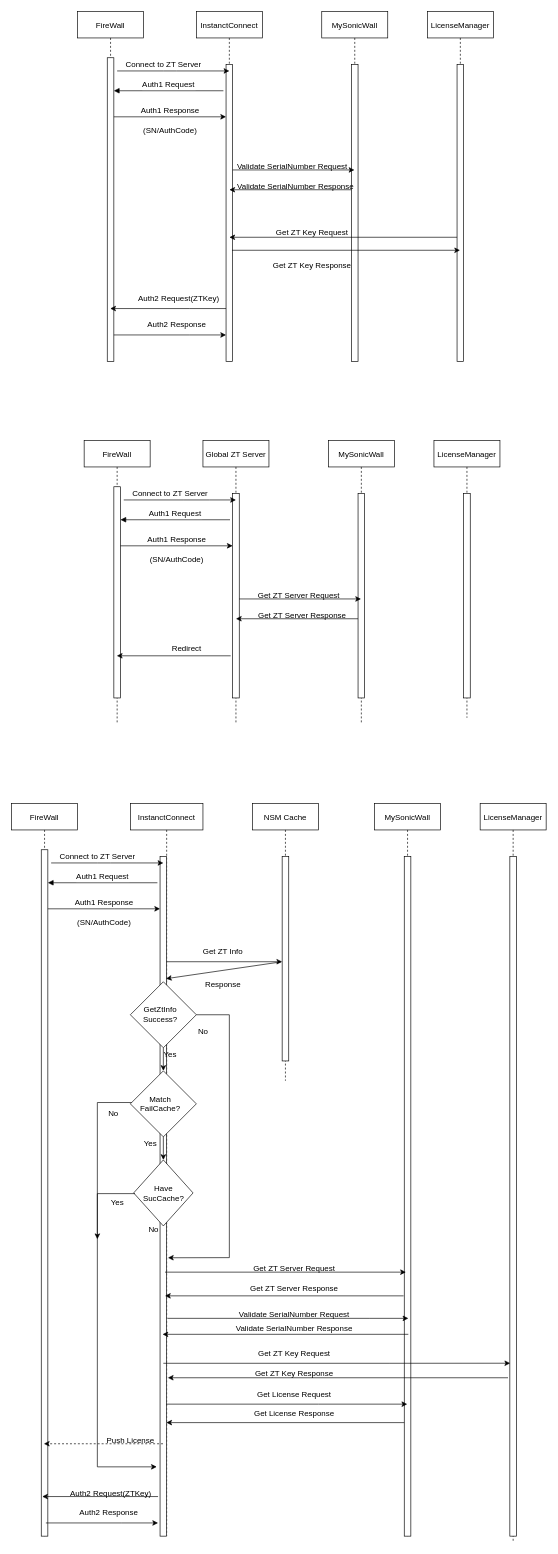
This is 未命名绘图.drawio from Phoebuz/Phoebuz.github.io, a draw.io file, before an edit. Source tidied: cells renumbered, new cells numbered last; positions are measured from the earlier drawing's top-left corner, leaving out a move shared by most shapes. Both pictures are drawn from the tidied source at 66%, with x=0, y=0 at pixel (11, 11).
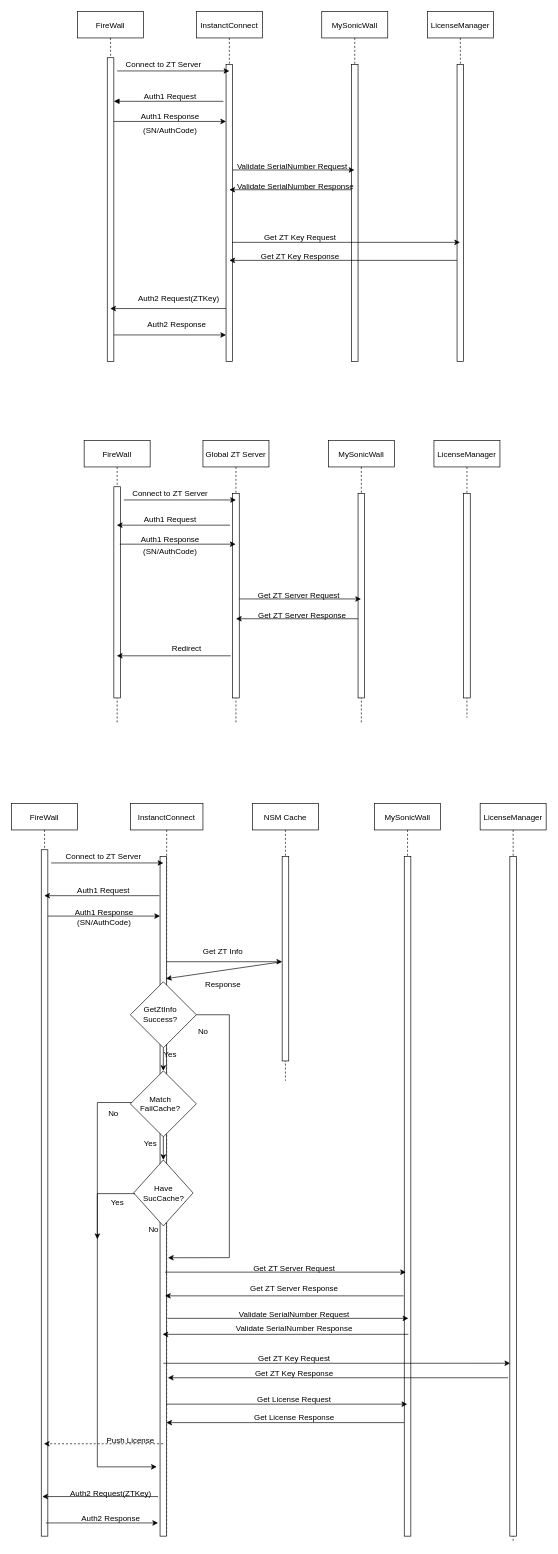
After the change.

Unchanged cells that the change refers to:
```xml
<mxCell id="2" value="FireWall" style="shape=umlLifeline;perimeter=lifelinePerimeter;rounded=0;shadow=0;strokeWidth=1;" parent="1" vertex="1">
  <mxGeometry x="100" width="100" height="530" as="geometry" />
</mxCell>
<mxCell id="5" value="InstanctConnect" style="shape=umlLifeline;perimeter=lifelinePerimeter;rounded=0;shadow=0;strokeWidth=1;" parent="1" vertex="1">
  <mxGeometry x="280" width="100" height="530" as="geometry" />
</mxCell>
<mxCell id="6" style="points=[];perimeter=orthogonalPerimeter;rounded=0;shadow=0;strokeWidth=1;" parent="5" vertex="1">
  <mxGeometry x="45" y="80" width="10" height="450" as="geometry" />
</mxCell>
<mxCell id="8" value="LicenseManager" style="shape=umlLifeline;perimeter=lifelinePerimeter;rounded=0;shadow=0;strokeWidth=1;" parent="1" vertex="1">
  <mxGeometry x="630" width="100" height="530" as="geometry" />
</mxCell>
<mxCell id="9" style="points=[];perimeter=orthogonalPerimeter;rounded=0;shadow=0;strokeWidth=1;" parent="8" vertex="1">
  <mxGeometry x="45" y="80" width="10" height="450" as="geometry" />
</mxCell>
<mxCell id="13" value="MySonicWall" style="shape=umlLifeline;perimeter=lifelinePerimeter;rounded=0;shadow=0;strokeWidth=1;" parent="1" vertex="1">
  <mxGeometry x="470" width="100" height="530" as="geometry" />
</mxCell>
<mxCell id="28" value="FireWall" style="shape=umlLifeline;perimeter=lifelinePerimeter;rounded=0;shadow=0;strokeWidth=1;" parent="1" vertex="1">
  <mxGeometry x="110" y="650" width="100" height="430" as="geometry" />
</mxCell>
<mxCell id="31" value="Global ZT Server" style="shape=umlLifeline;perimeter=lifelinePerimeter;rounded=0;shadow=0;strokeWidth=1;" parent="1" vertex="1">
  <mxGeometry x="290" y="650" width="100" height="430" as="geometry" />
</mxCell>
<mxCell id="32" style="points=[];perimeter=orthogonalPerimeter;rounded=0;shadow=0;strokeWidth=1;" parent="31" vertex="1">
  <mxGeometry x="45" y="80" width="10" height="310" as="geometry" />
</mxCell>
<mxCell id="48" value="FireWall" style="shape=umlLifeline;perimeter=lifelinePerimeter;rounded=0;shadow=0;strokeWidth=1;" parent="1" vertex="1">
  <mxGeometry y="1200" width="100" height="1110" as="geometry" />
</mxCell>
<mxCell id="51" value="InstanctConnect" style="shape=umlLifeline;perimeter=lifelinePerimeter;rounded=0;shadow=0;strokeWidth=1;" parent="1" vertex="1">
  <mxGeometry x="180" y="1200" width="110" height="1110" as="geometry" />
</mxCell>
<mxCell id="52" style="points=[];perimeter=orthogonalPerimeter;rounded=0;shadow=0;strokeWidth=1;" parent="51" vertex="1">
  <mxGeometry x="45" y="80" width="10" height="1030" as="geometry" />
</mxCell>
<mxCell id="72" value="MySonicWall" style="shape=umlLifeline;perimeter=lifelinePerimeter;rounded=0;shadow=0;strokeWidth=1;" parent="1" vertex="1">
  <mxGeometry x="550" y="1200" width="100" height="1110" as="geometry" />
</mxCell>
```

Change to the diagram source:
```diff
@@
-    <mxCell id="4" value="Auth1 Request" style="verticalAlign=bottom;endArrow=block;entryX=-0.1;entryY=-0.012;shadow=0;strokeWidth=1;entryDx=0;entryDy=0;entryPerimeter=0;fontSize=12;" parent="2" edge="1">
+    <mxCell id="4" style="verticalAlign=bottom;endArrow=block;entryX=-0.1;entryY=-0.012;shadow=0;strokeWidth=1;entryDx=0;entryDy=0;entryPerimeter=0;fontSize=12;" parent="2" edge="1">
       <mxGeometry relative="1" as="geometry">
-        <mxPoint x="221" y="120" as="sourcePoint" />
-        <mxPoint x="55" y="120" as="targetPoint" />
+        <mxPoint x="221" y="136" as="sourcePoint" />
+        <mxPoint x="55" y="136" as="targetPoint" />
       </mxGeometry>
     </mxCell>
@@
-    <mxCell id="7" style="endArrow=classic;html=1;rounded=0;" parent="5" edge="1" target="6">
+    <mxCell id="7" style="endArrow=classic;html=1;rounded=0;" parent="5" edge="1">
       <mxGeometry relative="1" as="geometry">
-        <mxPoint x="-125" y="159.5" as="sourcePoint" />
+        <mxPoint x="-125" y="166.5" as="sourcePoint" />
+        <mxPoint x="45" y="166.5" as="targetPoint" />
         <Array as="points">
-          <mxPoint x="-24.5" y="159.5" />
+          <mxPoint x="-24.5" y="166.5" />
         </Array>
       </mxGeometry>
     </mxCell>
@@
-    <mxCell id="12" value="Auth1 Response" style="text;html=1;align=center;verticalAlign=middle;strokeColor=none;fillColor=none;" parent="1" vertex="1">
-      <mxGeometry x="185" y="135" width="110" height="30" as="geometry" />
-    </mxCell>
@@
     <mxCell id="15" value="Get ZT Key Response" style="text;html=1;align=center;verticalAlign=middle;strokeColor=none;fillColor=none;fontSize=12;" parent="13" vertex="1">
-      <mxGeometry x="-85" y="370" width="140" height="30" as="geometry" />
+      <mxGeometry x="-103" y="357" width="140" height="30" as="geometry" />
     </mxCell>
     <mxCell id="16" value="Get ZT Key Request" style="text;html=1;align=center;verticalAlign=middle;strokeColor=none;fillColor=none;fontSize=12;" parent="13" vertex="1">
-      <mxGeometry x="-80" y="320" width="130" height="30" as="geometry" />
+      <mxGeometry x="-98" y="327" width="130" height="30" as="geometry" />
     </mxCell>
@@
-    <mxCell id="18" style="endArrow=classic;html=1;rounded=0;fontSize=12;" parent="1" edge="1" source="9">
+    <mxCell id="18" style="endArrow=classic;html=1;rounded=0;fontSize=12;" parent="1" edge="1">
       <mxGeometry relative="1" as="geometry">
-        <mxPoint x="330" y="342" as="targetPoint" />
+        <mxPoint x="675" y="377" as="sourcePoint" />
+        <mxPoint x="330" y="377" as="targetPoint" />
       </mxGeometry>
     </mxCell>
@@
-    <mxCell id="22" style="endArrow=classic;html=1;rounded=0;fontSize=12;exitX=0.9;exitY=0.626;exitDx=0;exitDy=0;exitPerimeter=0;" parent="1" edge="1" source="6" target="8">
-      <mxGeometry relative="1" as="geometry" />
+    <mxCell id="22" style="endArrow=classic;html=1;rounded=0;fontSize=12;exitX=0.9;exitY=0.626;exitDx=0;exitDy=0;exitPerimeter=0;" parent="1" edge="1">
+      <mxGeometry relative="1" as="geometry">
+        <mxPoint x="334" y="349.7" as="sourcePoint" />
+        <mxPoint x="679.5" y="349.7" as="targetPoint" />
+      </mxGeometry>
     </mxCell>
@@
-    <mxCell id="30" value="Auth1 Request" style="verticalAlign=bottom;endArrow=block;entryX=-0.1;entryY=-0.012;shadow=0;strokeWidth=1;entryDx=0;entryDy=0;entryPerimeter=0;fontSize=12;" parent="28" edge="1">
-      <mxGeometry relative="1" as="geometry">
-        <mxPoint x="221" y="120" as="sourcePoint" />
-        <mxPoint x="55" y="120" as="targetPoint" />
-      </mxGeometry>
-    </mxCell>
@@
-    <mxCell id="33" style="endArrow=classic;html=1;rounded=0;" parent="31" edge="1" target="32">
-      <mxGeometry relative="1" as="geometry">
-        <mxPoint x="-125" y="159.5" as="sourcePoint" />
-        <Array as="points">
-          <mxPoint x="-24.5" y="159.5" />
-        </Array>
-      </mxGeometry>
-    </mxCell>
@@
     <mxCell id="38" value="Auth1 Response" style="text;html=1;align=center;verticalAlign=middle;strokeColor=none;fillColor=none;" parent="1" vertex="1">
-      <mxGeometry x="195" y="785" width="110" height="30" as="geometry" />
+      <mxGeometry x="185" y="785" width="110" height="30" as="geometry" />
     </mxCell>
@@
     <mxCell id="46" value="(SN/AuthCode)" style="text;html=1;align=center;verticalAlign=middle;strokeColor=none;fillColor=none;fontSize=12;" parent="1" vertex="1">
-      <mxGeometry x="200" y="815" width="100" height="30" as="geometry" />
+      <mxGeometry x="190" y="803" width="100" height="30" as="geometry" />
     </mxCell>
@@
-    <mxCell id="50" value="Auth1 Request" style="verticalAlign=bottom;endArrow=block;entryX=-0.1;entryY=-0.012;shadow=0;strokeWidth=1;entryDx=0;entryDy=0;entryPerimeter=0;fontSize=12;" parent="48" edge="1">
-      <mxGeometry relative="1" as="geometry">
-        <mxPoint x="221" y="120" as="sourcePoint" />
-        <mxPoint x="55" y="120" as="targetPoint" />
-      </mxGeometry>
-    </mxCell>
@@
-    <mxCell id="53" style="endArrow=classic;html=1;rounded=0;" parent="51" edge="1" target="52">
+    <mxCell id="53" style="endArrow=classic;html=1;rounded=0;" parent="51" edge="1">
       <mxGeometry relative="1" as="geometry">
-        <mxPoint x="-125" y="159.5" as="sourcePoint" />
+        <mxPoint x="-125" y="170.5" as="sourcePoint" />
+        <mxPoint x="45" y="170.5" as="targetPoint" />
         <Array as="points">
-          <mxPoint x="-24.5" y="159.5" />
+          <mxPoint x="-24.5" y="170.5" />
         </Array>
       </mxGeometry>
     </mxCell>
@@
     <mxCell id="70" value="Connect to ZT Server" style="text;html=1;align=center;verticalAlign=middle;strokeColor=none;fillColor=none;" parent="1" vertex="1">
-      <mxGeometry x="60" y="1265" width="140" height="30" as="geometry" />
+      <mxGeometry x="69" y="1265" width="140" height="30" as="geometry" />
     </mxCell>
     <mxCell id="71" value="Auth1 Response" style="text;html=1;align=center;verticalAlign=middle;strokeColor=none;fillColor=none;" parent="1" vertex="1">
-      <mxGeometry x="85" y="1335" width="110" height="30" as="geometry" />
+      <mxGeometry x="85" y="1350" width="110" height="30" as="geometry" />
     </mxCell>
@@
     <mxCell id="80" value="Get License Request" style="text;html=1;align=center;verticalAlign=middle;strokeColor=none;fillColor=none;fontSize=12;" parent="72" vertex="1">
-      <mxGeometry x="-191.8" y="880" width="140" height="30" as="geometry" />
+      <mxGeometry x="-191.8" y="888" width="140" height="30" as="geometry" />
     </mxCell>
     <mxCell id="81" value="Get License Response" style="text;html=1;align=center;verticalAlign=middle;strokeColor=none;fillColor=none;fontSize=12;" parent="72" vertex="1">
-      <mxGeometry x="-191.8" y="910" width="140" height="30" as="geometry" />
+      <mxGeometry x="-191.8" y="916" width="140" height="30" as="geometry" />
     </mxCell>
@@
     <mxCell id="85" value="Get ZT Key Request" style="text;html=1;align=center;verticalAlign=middle;strokeColor=none;fillColor=none;fontSize=12;" parent="72" vertex="1">
-      <mxGeometry x="-186.8" y="819" width="130" height="30" as="geometry" />
+      <mxGeometry x="-186.8" y="826" width="130" height="30" as="geometry" />
     </mxCell>
@@
     <mxCell id="92" value="Auth2 Response" style="text;html=1;align=center;verticalAlign=middle;strokeColor=none;fillColor=none;fontSize=12;" parent="1" vertex="1">
-      <mxGeometry x="92" y="2260" width="110" height="30" as="geometry" />
+      <mxGeometry x="95" y="2268" width="110" height="30" as="geometry" />
     </mxCell>
@@
+    <mxCell id="107" style="endArrow=classic;html=1;rounded=0;fontSize=12;exitX=0.9;exitY=0.15;exitDx=0;exitDy=0;exitPerimeter=0;" parent="1" edge="1">
+      <mxGeometry relative="1" as="geometry">
+        <mxPoint x="164" y="807" as="sourcePoint" />
+        <mxPoint x="339.5" y="807" as="targetPoint" />
+      </mxGeometry>
+    </mxCell>
+    <mxCell id="108" style="endArrow=classic;html=1;rounded=0;fontSize=12;exitX=-0.4;exitY=0.265;exitDx=0;exitDy=0;exitPerimeter=0;" parent="1" edge="1">
+      <mxGeometry relative="1" as="geometry">
+        <mxPoint x="331" y="778.2" as="sourcePoint" />
+        <mxPoint x="159.5" y="778.2" as="targetPoint" />
+      </mxGeometry>
+    </mxCell>
+    <mxCell id="109" value="Auth1 Request" style="text;html=1;align=center;verticalAlign=middle;strokeColor=none;fillColor=none;fontSize=12;" parent="1" vertex="1">
+      <mxGeometry x="190" y="755" width="100" height="30" as="geometry" />
+    </mxCell>
+    <mxCell id="110" style="endArrow=classic;html=1;rounded=0;fontSize=12;exitX=-0.1;exitY=0.088;exitDx=0;exitDy=0;exitPerimeter=0;" parent="1" edge="1">
+      <mxGeometry relative="1" as="geometry">
+        <mxPoint x="224" y="1339.6" as="sourcePoint" />
+        <mxPoint x="49.5" y="1339.6" as="targetPoint" />
+      </mxGeometry>
+    </mxCell>
+    <mxCell id="111" value="Auth1 Request" style="text;html=1;align=center;verticalAlign=middle;strokeColor=none;fillColor=none;fontSize=12;" parent="1" vertex="1">
+      <mxGeometry x="89" y="1317" width="100" height="30" as="geometry" />
+    </mxCell>
+    <mxCell id="112" value="Auth1 Request" style="text;html=1;align=center;verticalAlign=middle;strokeColor=none;fillColor=none;fontSize=12;" parent="1" vertex="1">
+      <mxGeometry x="190" y="114" width="100" height="30" as="geometry" />
+    </mxCell>
+    <mxCell id="12" value="Auth1 Response" style="text;html=1;align=center;verticalAlign=middle;strokeColor=none;fillColor=none;fontSize=12;" parent="1" vertex="1">
+      <mxGeometry x="185" y="145" width="110" height="30" as="geometry" />
+    </mxCell>
```
